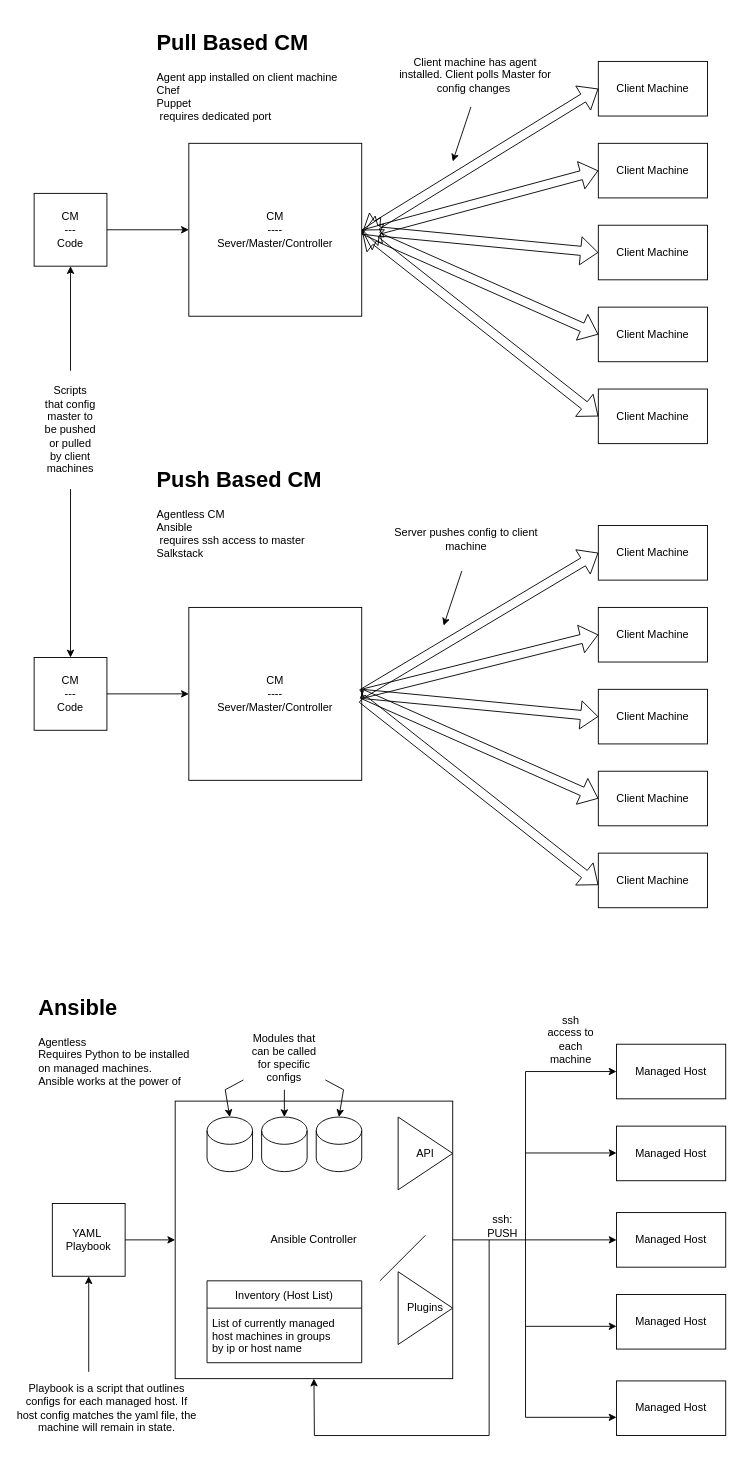
DevOpsAl/DOProject keeps this draw.io diagram as Untitled Diagram.drawio. Above is the earlier version. Source tidied: cells renumbered, new cells numbered last; positions are measured from the earlier drawing's top-left corner, leaving out a move shared by most shapes. Both pictures are drawn from the tidied source at 91%, with x=0, y=0 at pixel (15, 25).
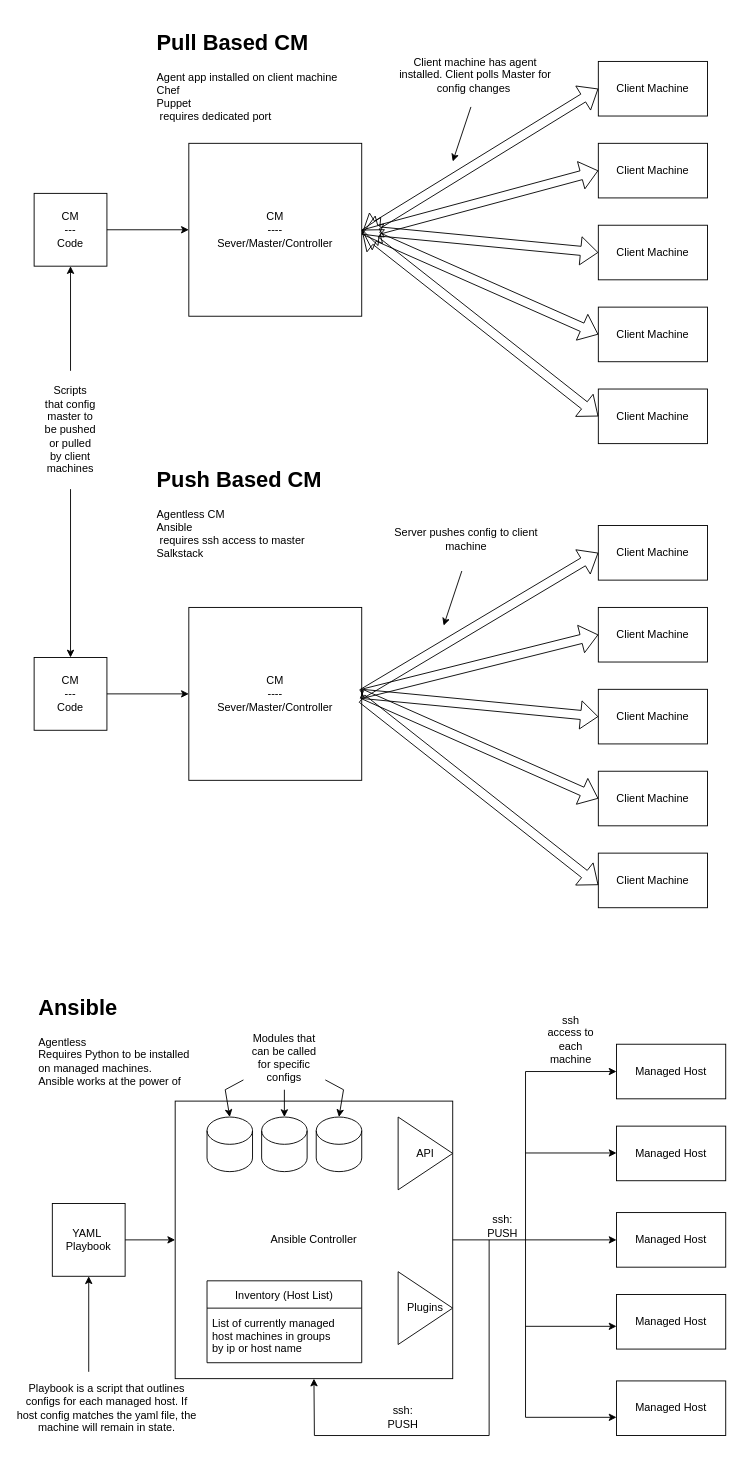
The same page after the edit.

What changed in the source:
```diff
@@
-    <mxCell id="71" style="endArrow=none;html=1;rounded=0;" parent="1" edge="1">
-      <mxGeometry relative="1" as="geometry">
-        <mxPoint x="400" y="1380" as="sourcePoint" />
-        <mxPoint x="450" y="1330" as="targetPoint" />
-      </mxGeometry>
-    </mxCell>
@@
+    <mxCell id="73" value="ssh:&lt;br&gt;PUSH" style="text;html=1;align=center;verticalAlign=middle;strokeColor=none;fillColor=none;" parent="1" vertex="1">
+      <mxGeometry x="395" y="1510" width="60" height="40" as="geometry" />
+    </mxCell>
```
